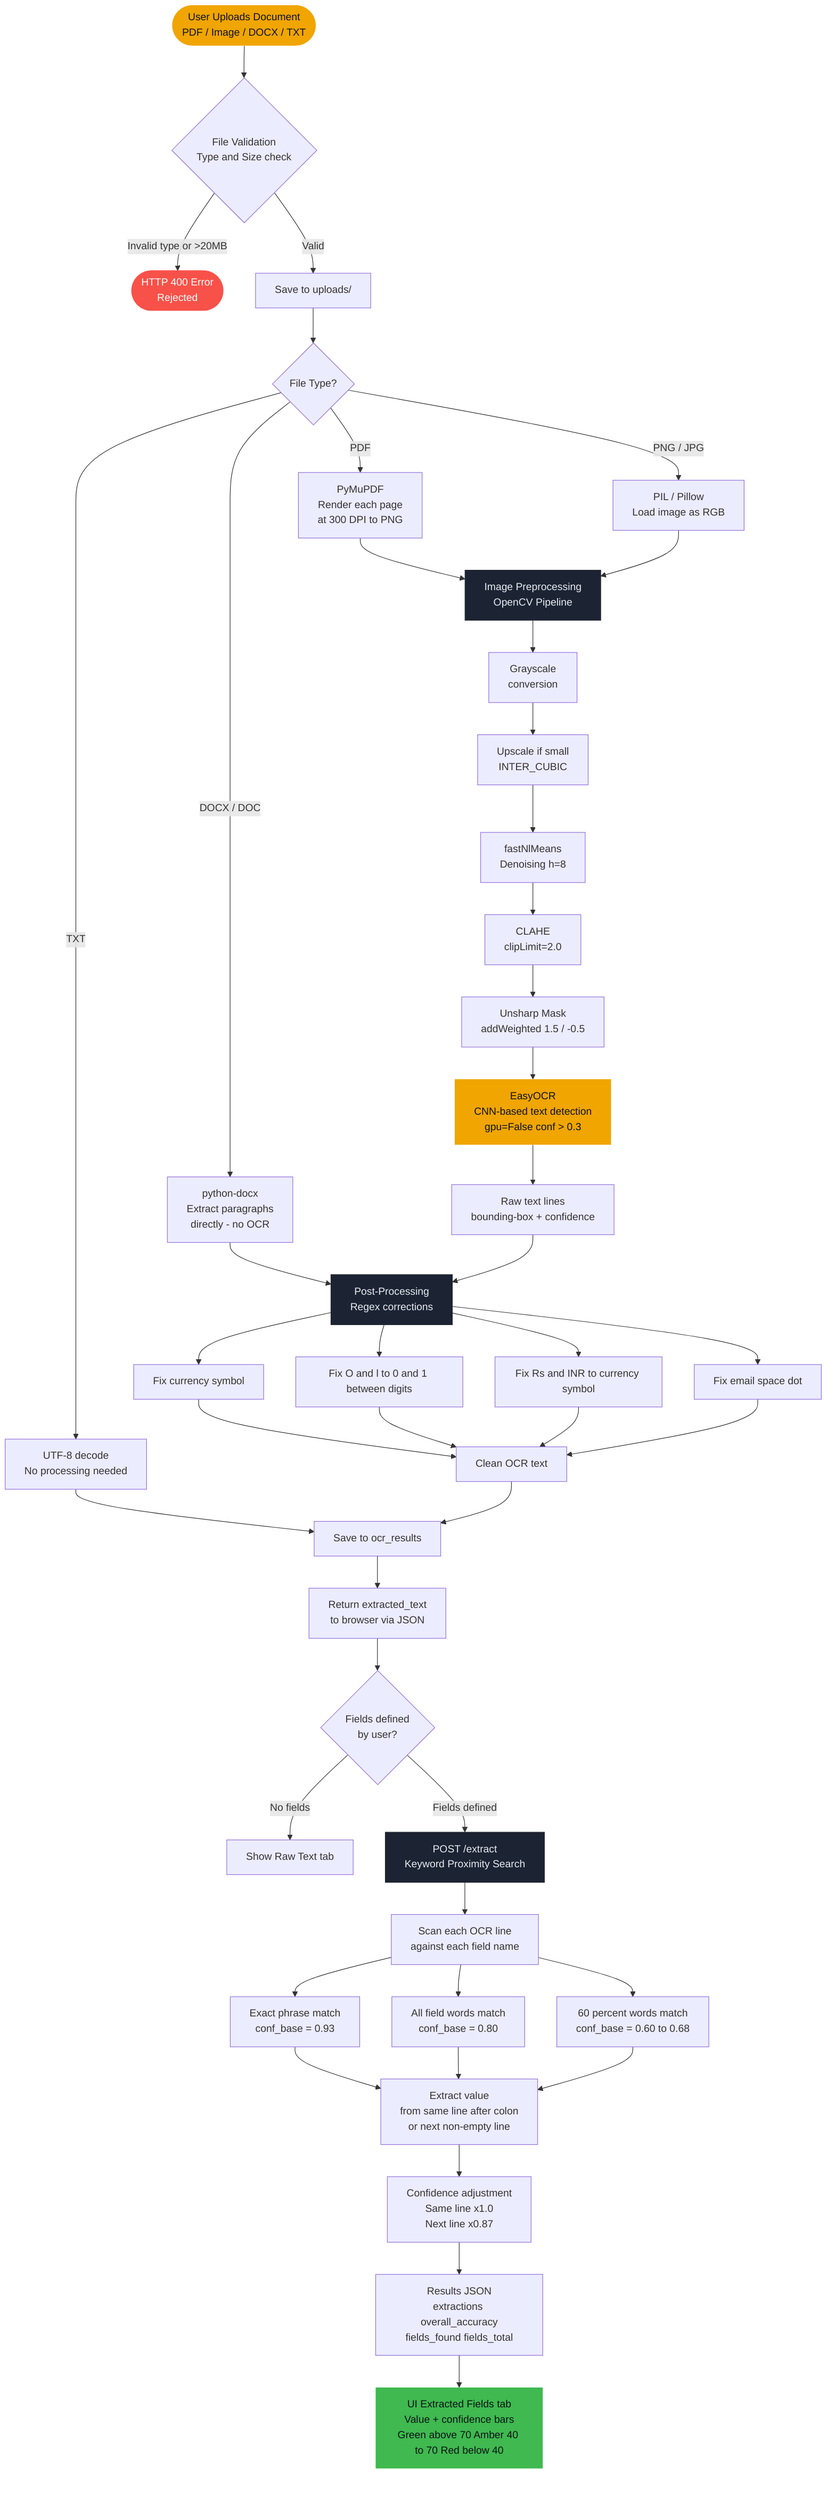
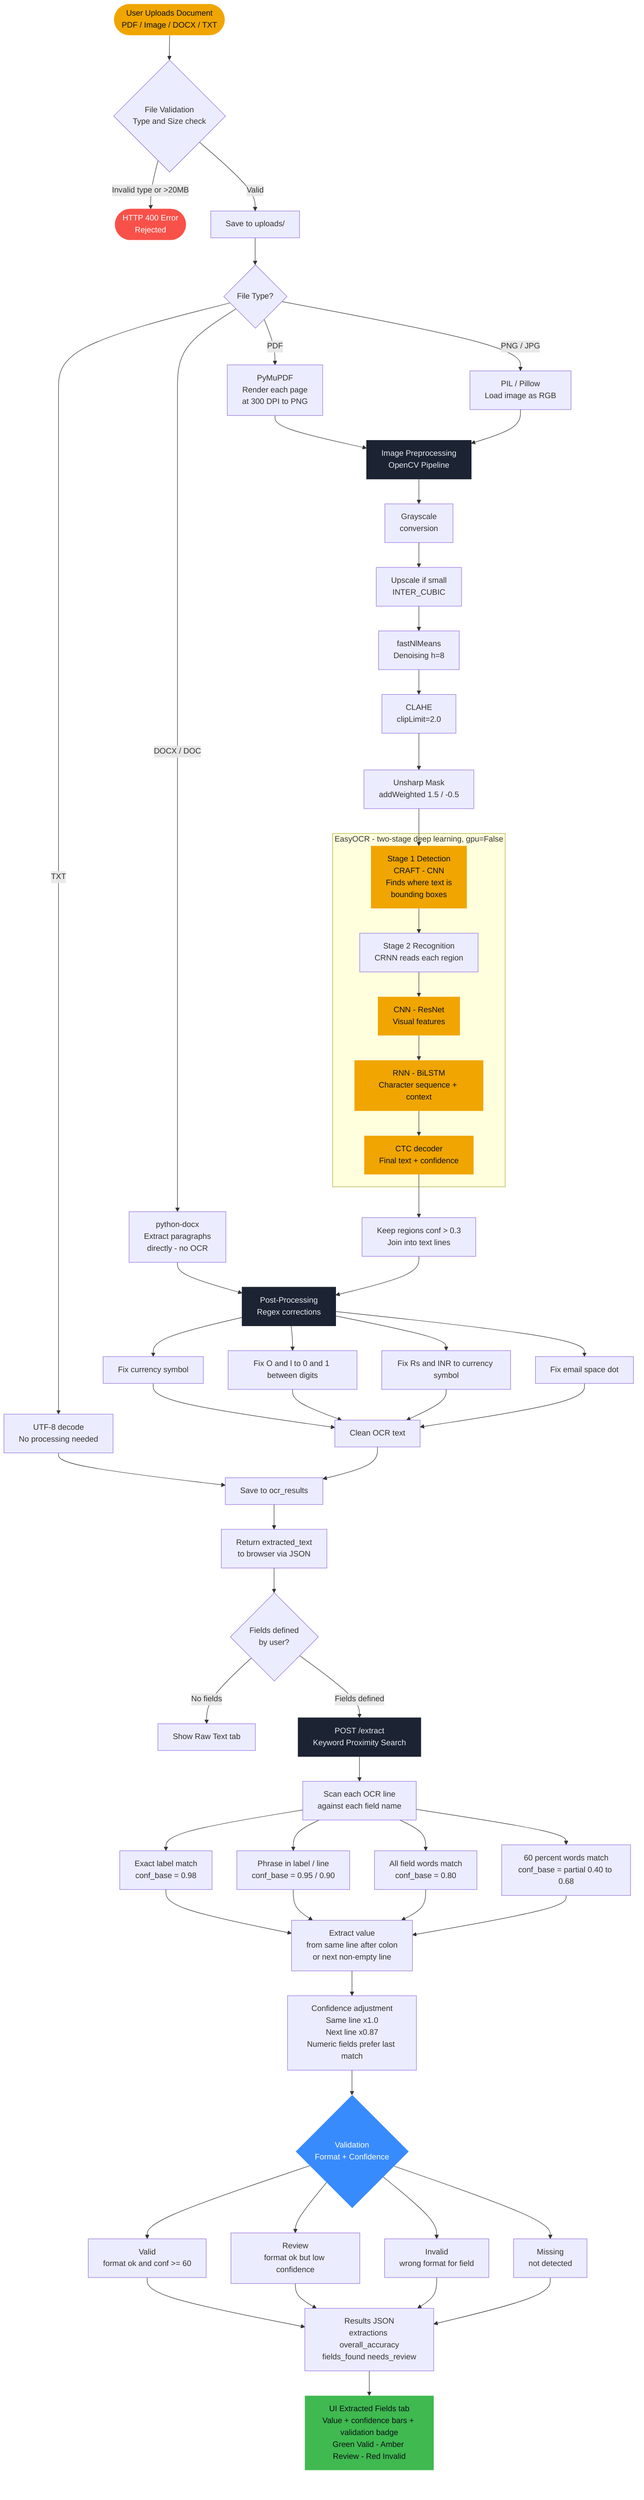
flowchart TD
    A([User Uploads Document\nPDF / Image / DOCX / TXT]) --> B{File Validation\nType and Size check}

    B -->|Invalid type or >20MB| ERR([HTTP 400 Error\nRejected])
    B -->|Valid| C[Save to uploads/]

    C --> D{File Type?}


    D -->|PDF| E[PyMuPDF\nRender each page\nat 300 DPI to PNG]
    D -->|PNG / JPG| F[PIL / Pillow\nLoad image as RGB]
    D -->|DOCX / DOC| G[python-docx\nExtract paragraphs\ndirectly - no OCR]
    D -->|TXT| H[UTF-8 decode\nNo processing needed]

    E --> PREP[Image Preprocessing\nOpenCV Pipeline]
    F --> PREP

    PREP --> P1[Grayscale\nconversion]
    P1 --> P2[Upscale if small\nINTER_CUBIC]
    P2 --> P3[fastNlMeans\nDenoising h=8]
    P3 --> P4[CLAHE\nclipLimit=2.0]
    P4 --> P5[Unsharp Mask\naddWeighted 1.5 / -0.5]

-     P5 --> OCR[EasyOCR\nCNN-based text detection\ngpu=False conf > 0.3]
+     P5 --> OCR
+ 
+     subgraph OCRBOX [EasyOCR - two-stage deep learning, gpu=False]
+         OCR[Stage 1 Detection\nCRAFT - CNN\nFinds where text is\nbounding boxes] --> REC1[Stage 2 Recognition\nCRNN reads each region]
+         REC1 --> CNN[CNN - ResNet\nVisual features]
+         CNN --> RNN[RNN - BiLSTM\nCharacter sequence + context]
+         RNN --> CTC[CTC decoder\nFinal text + confidence]
+     end
+ 
    G --> POST
    H --> SAVE

-     OCR --> RAW[Raw text lines\nbounding-box + confidence]
+     CTC --> RAW[Keep regions conf > 0.3\nJoin into text lines]
    RAW --> POST[Post-Processing\nRegex corrections]

    POST --> FIX1[Fix currency symbol]
    POST --> FIX2[Fix O and l to 0 and 1 between digits]
    POST --> FIX3[Fix Rs and INR to currency symbol]
    POST --> FIX4[Fix email space dot]

    FIX1 & FIX2 & FIX3 & FIX4 --> CLEAN[Clean OCR text]

    CLEAN --> SAVE[Save to ocr_results]
    SAVE --> RESP[Return extracted_text\nto browser via JSON]

    RESP --> CHECK{Fields defined\nby user?}
    CHECK -->|No fields| RAWTAB[Show Raw Text tab]
    CHECK -->|Fields defined| EXT[POST /extract\nKeyword Proximity Search]

    EXT --> SCAN[Scan each OCR line\nagainst each field name]

-     SCAN --> TIER1[Exact phrase match\nconf_base = 0.93]
-     SCAN --> TIER2[All field words match\nconf_base = 0.80]
-     SCAN --> TIER3[60 percent words match\nconf_base = 0.60 to 0.68]
+     SCAN --> TIER1[Exact label match\nconf_base = 0.98]
+     SCAN --> TIER2[Phrase in label / line\nconf_base = 0.95 / 0.90]
+     SCAN --> TIER3[All field words match\nconf_base = 0.80]
+     SCAN --> TIER4[60 percent words match\nconf_base = partial 0.40 to 0.68]

-     TIER1 & TIER2 & TIER3 --> VAL[Extract value\nfrom same line after colon\nor next non-empty line]
+     TIER1 & TIER2 & TIER3 & TIER4 --> VAL[Extract value\nfrom same line after colon\nor next non-empty line]

-     VAL --> CONF[Confidence adjustment\nSame line x1.0\nNext line x0.87]
+     VAL --> CONF[Confidence adjustment\nSame line x1.0\nNext line x0.87\nNumeric fields prefer last match]

-     CONF --> OUT[Results JSON\nextractions overall_accuracy\nfields_found fields_total]
+     CONF --> VALID{Validation\nFormat + Confidence}
+     VALID --> VOK[Valid\nformat ok and conf >= 60]
+     VALID --> VREV[Review\nformat ok but low confidence]
+     VALID --> VINV[Invalid\nwrong format for field]
+     VALID --> VMIS[Missing\nnot detected]

-     OUT --> UI[UI Extracted Fields tab\nValue + confidence bars\nGreen above 70 Amber 40 to 70 Red below 40]
+     VOK & VREV & VINV & VMIS --> OUT[Results JSON\nextractions overall_accuracy\nfields_found needs_review]
+ 
+     OUT --> UI[UI Extracted Fields tab\nValue + confidence bars + validation badge\nGreen Valid - Amber Review - Red Invalid]

    style A fill:#F0A500,color:#0D1117,stroke:none
    style ERR fill:#F85149,color:#ffffff,stroke:none
    style OCR fill:#F0A500,color:#0D1117,stroke:none
+     style CNN fill:#F0A500,color:#0D1117,stroke:none
+     style RNN fill:#F0A500,color:#0D1117,stroke:none
+     style CTC fill:#F0A500,color:#0D1117,stroke:none
    style UI fill:#3FB950,color:#0D1117,stroke:none
+     style VALID fill:#388BFD,color:#ffffff,stroke:none
    style PREP fill:#1C2333,color:#E6EDF3,stroke:#21262D
    style POST fill:#1C2333,color:#E6EDF3,stroke:#21262D
    style EXT fill:#1C2333,color:#E6EDF3,stroke:#21262D
